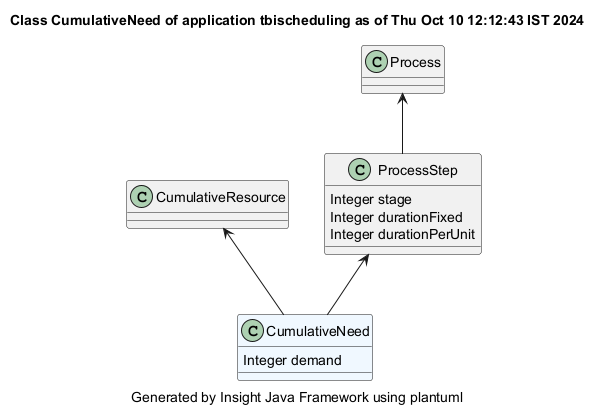
Above: demonstrator/tbischeduling/site/plantuml/CumulativeNeed.png in hsimonis/schedulingtraining (PlantUML), before the change.
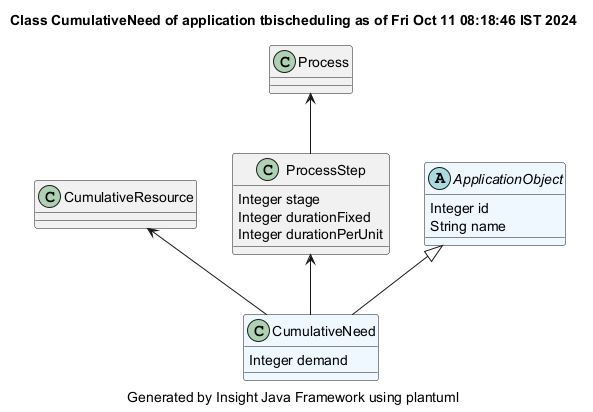
Above is the later version.

The edit, as a diff of the source:
```diff
@@ -1,5 +1,5 @@
 @startuml
-title Class CumulativeNeed of application tbischeduling as of Thu Oct 10 12:12:43 IST 2024
+title Class CumulativeNeed of application tbischeduling as of Fri Oct 11 08:18:46 IST 2024
 caption Generated by Insight Java Framework using plantuml
 class CumulativeNeed #aliceblue
 CumulativeNeed : Integer demand
@@ -16,4 +16,9 @@
 Process  <-- ProcessStep
 class Process
 
+abstract ApplicationObject #aliceblue
+ApplicationObject : Integer id
+ApplicationObject : String name
+
+ApplicationObject <|-- CumulativeNeed
 @enduml
```
